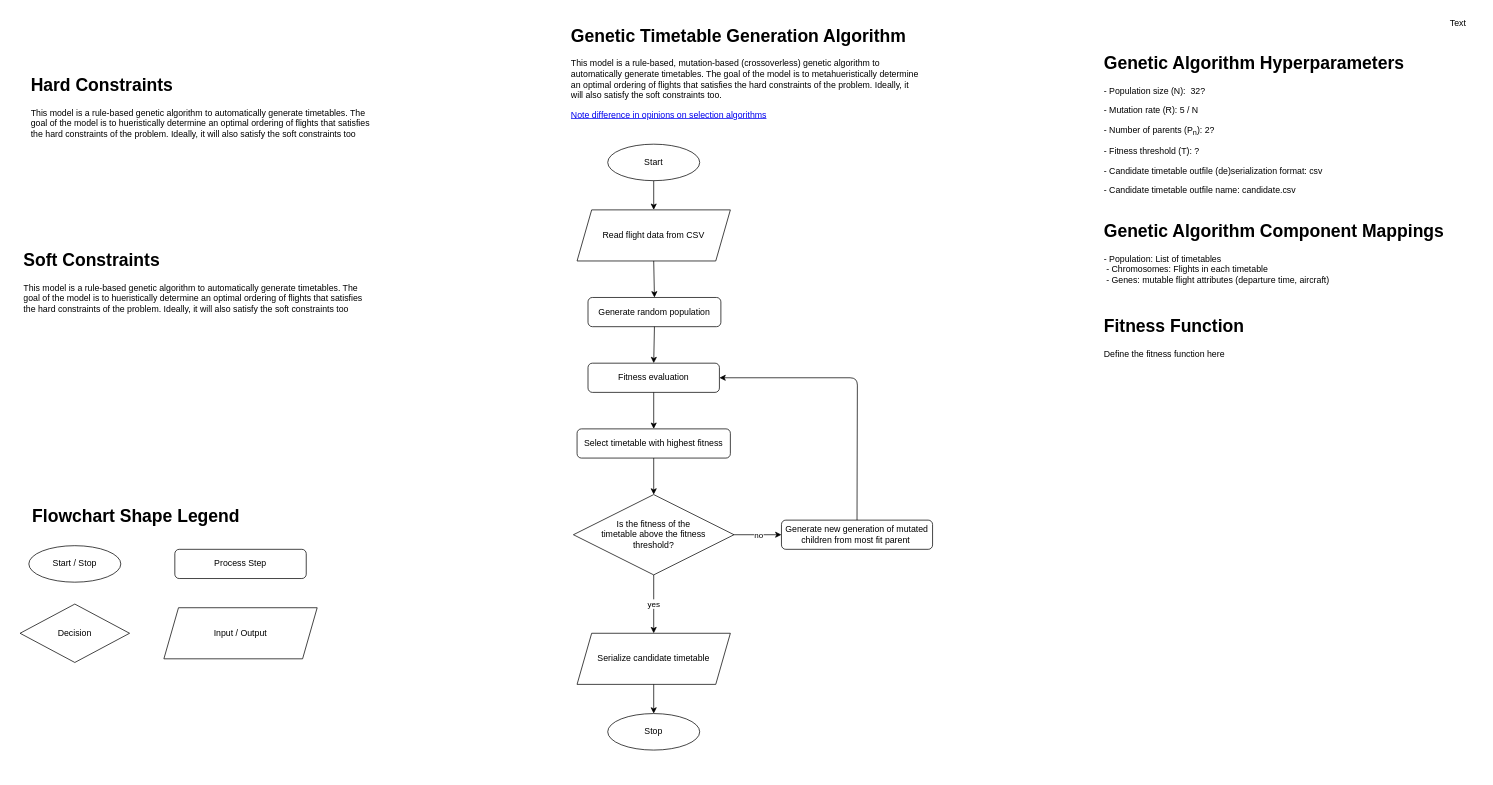
CoreyMLawrence/Comfort-Airlines keeps this draw.io diagram as docs/diagrams/genetic_algorithm.drawio. Above is the earlier version. Source tidied: cells renumbered, new cells numbered last; positions are measured from the earlier drawing's top-left corner, leaving out a move shared by most shapes. Both pictures are drawn from the tidied source at 73%, with x=0, y=0 at pixel (20, 12).
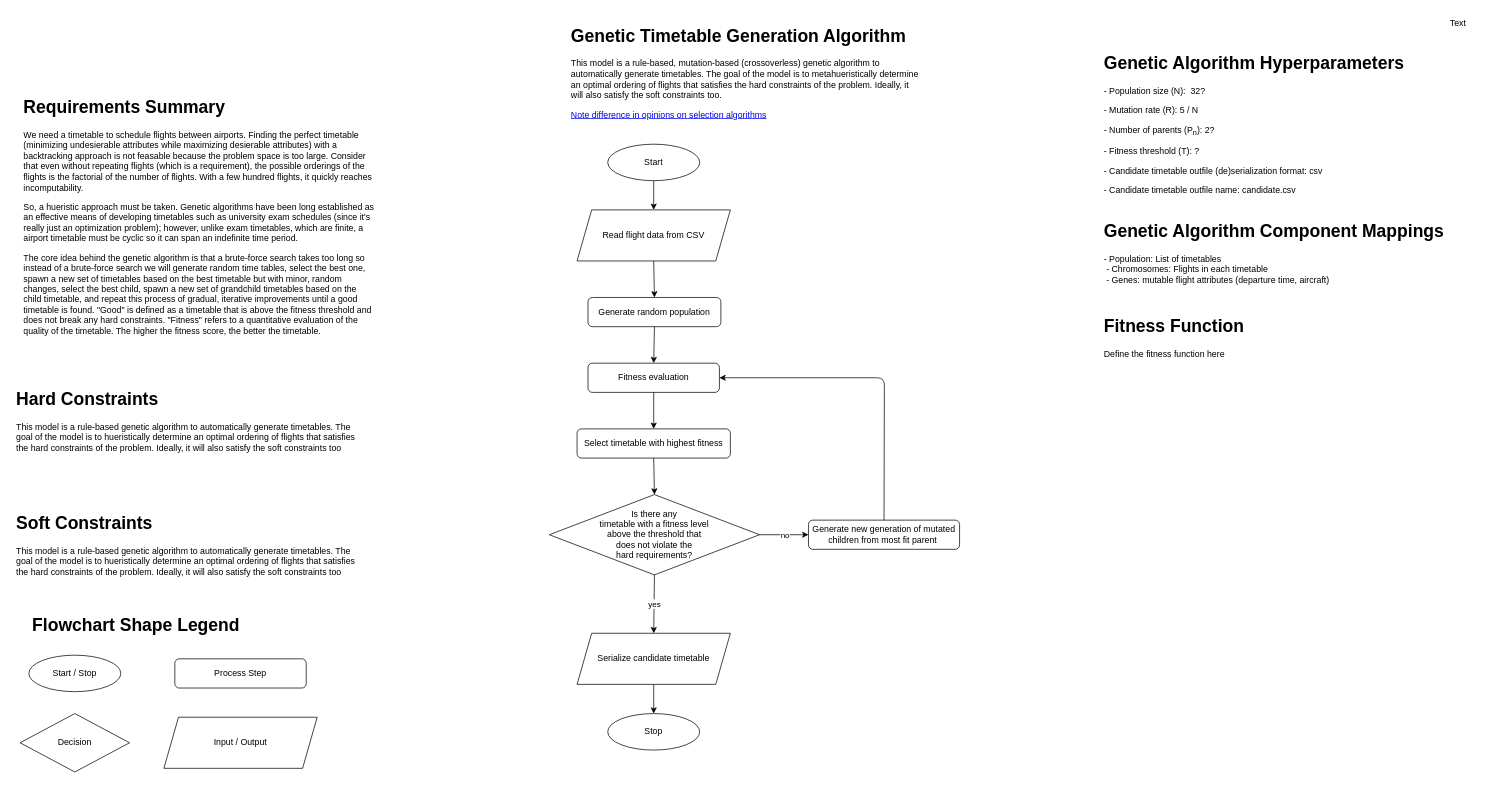
After the change.

Commit message (it also covers changes not shown here):
wrote summary

The change refers to these unchanged cells:
```xml
<mxCell id="10" value="Fitness evaluation" style="rounded=1;whiteSpace=wrap;html=1;" parent="1" vertex="1">
  <mxGeometry x="778" y="480" width="180" height="40" as="geometry" />
</mxCell>
```

Change to the diagram source:
```diff
@@
-    <mxCell id="4" value="&lt;h1&gt;Hard Constraints&lt;/h1&gt;&lt;p&gt;This model is a rule-based genetic algorithm to automatically generate timetables. The goal of the model is to hueristically determine an optimal ordering of flights that satisfies the hard constraints of the problem. Ideally, it will also satisfy the soft constraints too&lt;/p&gt;" style="text;html=1;strokeColor=none;fillColor=none;spacing=5;spacingTop=-20;whiteSpace=wrap;overflow=hidden;rounded=0;" parent="1" vertex="1">
-      <mxGeometry x="10" y="80" width="490" height="100" as="geometry" />
+    <mxCell id="4" value="&lt;h1&gt;Requirements Summary&lt;/h1&gt;&lt;p&gt;We need a timetable to schedule flights between airports. Finding the perfect timetable (minimizing undesierable attributes while maximizing desierable attributes) with a backtracking approach is not feasable because the problem space is too large. Consider that even without repeating flights (which is a requirement), the possible orderings of the flights is the factorial of the number of flights. With a few hundred flights, it quickly reaches incomputability.&amp;nbsp;&lt;/p&gt;&lt;p&gt;So, a hueristic approach must be taken. Genetic algorithms have been long established as an effective means of developing timetables such as university exam schedules (since it's really just an optimization problem); however, u&lt;span style=&quot;background-color: initial;&quot;&gt;nlike exam timetables, which are finite, a airport timetable must be cyclic so it can span an indefinite time period.&lt;/span&gt;&lt;/p&gt;&lt;p&gt;The core idea behind the genetic algorithm is that a brute-force search takes too long so instead of a brute-force search we will generate random time tables, select the best one, spawn a new set of timetables based on the best timetable but with minor, random changes, select the best child, spawn a new set of grandchild timetables based on the child timetable, and repeat this process of gradual, iterative improvements until a good timetable is found. &quot;Good&quot; is defined as a timetable that is above the fitness threshold and does not break any hard constraints. &quot;Fitness&quot; refers to a quantitative evaluation of the quality of the timetable. The higher the fitness score, the better the timetable.&lt;/p&gt;" style="text;html=1;strokeColor=none;fillColor=none;spacing=5;spacingTop=-20;whiteSpace=wrap;overflow=hidden;rounded=0;" parent="1" vertex="1">
+      <mxGeometry y="110" width="490" height="350" as="geometry" />
     </mxCell>
-    <mxCell id="5" value="&lt;h1&gt;Soft Constraints&lt;/h1&gt;&lt;p&gt;This model is a rule-based genetic algorithm to automatically generate timetables. The goal of the model is to hueristically determine an optimal ordering of flights that satisfies the hard constraints of the problem. Ideally, it will also satisfy the soft constraints too&lt;/p&gt;" style="text;html=1;strokeColor=none;fillColor=none;spacing=5;spacingTop=-20;whiteSpace=wrap;overflow=hidden;rounded=0;" parent="1" vertex="1">
-      <mxGeometry y="320" width="490" height="100" as="geometry" />
-    </mxCell>
@@
     <mxCell id="19" value="&lt;h1&gt;Flowchart Shape Legend&lt;/h1&gt;" style="text;html=1;strokeColor=none;fillColor=none;spacing=5;spacingTop=-20;whiteSpace=wrap;overflow=hidden;rounded=0;" parent="1" vertex="1">
-      <mxGeometry x="12" y="670" width="300" height="40" as="geometry" />
+      <mxGeometry x="12" y="820" width="300" height="40" as="geometry" />
     </mxCell>
     <mxCell id="20" value="Start / Stop" style="ellipse;whiteSpace=wrap;html=1;" parent="1" vertex="1">
-      <mxGeometry x="12" y="730" width="126" height="50" as="geometry" />
+      <mxGeometry x="12" y="880" width="126" height="50" as="geometry" />
     </mxCell>
     <mxCell id="21" value="Process Step" style="rounded=1;whiteSpace=wrap;html=1;" parent="1" vertex="1">
-      <mxGeometry x="212" y="735" width="180" height="40" as="geometry" />
+      <mxGeometry x="212" y="885" width="180" height="40" as="geometry" />
     </mxCell>
     <mxCell id="22" value="Decision" style="rhombus;whiteSpace=wrap;html=1;" parent="1" vertex="1">
-      <mxGeometry y="810" width="150" height="80" as="geometry" />
+      <mxGeometry y="960" width="150" height="80" as="geometry" />
     </mxCell>
     <mxCell id="23" value="Input / Output" style="shape=parallelogram;perimeter=parallelogramPerimeter;whiteSpace=wrap;html=1;fixedSize=1;" parent="1" vertex="1">
-      <mxGeometry x="197" y="815" width="210" height="70" as="geometry" />
+      <mxGeometry x="197" y="965" width="210" height="70" as="geometry" />
     </mxCell>
@@
-    <mxCell id="25" value="Is the fitness of the &lt;br&gt;timetable above the fitness&lt;br&gt;threshold?" style="rhombus;whiteSpace=wrap;html=1;" parent="1" vertex="1">
-      <mxGeometry x="758" y="660" width="220" height="110" as="geometry" />
+    <mxCell id="25" value="Is there any &lt;br&gt;timetable with a fitness level&lt;br&gt;above the threshold that &lt;br&gt;does not violate the &lt;br&gt;hard requirements?" style="rhombus;whiteSpace=wrap;html=1;" parent="1" vertex="1">
+      <mxGeometry x="725" y="660" width="288" height="110" as="geometry" />
     </mxCell>
@@
     <mxCell id="27" value="Generate new generation of mutated children from most fit parent&amp;nbsp;" style="rounded=1;whiteSpace=wrap;html=1;" parent="1" vertex="1">
-      <mxGeometry x="1043" y="695" width="207" height="40" as="geometry" />
+      <mxGeometry x="1080" y="695" width="207" height="40" as="geometry" />
     </mxCell>
     <mxCell id="28" style="endArrow=classic;html=1;exitX=0.5;exitY=0;exitDx=0;exitDy=0;entryX=1;entryY=0.5;entryDx=0;entryDy=0;" parent="1" edge="1" source="27" target="10">
       <mxGeometry relative="1" as="geometry">
         <Array as="points">
-          <mxPoint x="1147" y="500" />
+          <mxPoint x="1184" y="500" />
         </Array>
       </mxGeometry>
     </mxCell>
@@
+    <mxCell id="5" value="&lt;h1&gt;Soft Constraints&lt;/h1&gt;&lt;p&gt;This model is a rule-based genetic algorithm to automatically generate timetables. The goal of the model is to hueristically determine an optimal ordering of flights that satisfies the hard constraints of the problem. Ideally, it will also satisfy the soft constraints too&lt;/p&gt;" style="text;html=1;strokeColor=none;fillColor=none;spacing=5;spacingTop=-20;whiteSpace=wrap;overflow=hidden;rounded=0;" parent="1" vertex="1">
+      <mxGeometry x="-10" y="680" width="490" height="100" as="geometry" />
+    </mxCell>
+    <mxCell id="33" value="&lt;h1&gt;Hard Constraints&lt;/h1&gt;&lt;p&gt;This model is a rule-based genetic algorithm to automatically generate timetables. The goal of the model is to hueristically determine an optimal ordering of flights that satisfies the hard constraints of the problem. Ideally, it will also satisfy the soft constraints too&lt;/p&gt;" style="text;html=1;strokeColor=none;fillColor=none;spacing=5;spacingTop=-20;whiteSpace=wrap;overflow=hidden;rounded=0;" parent="1" vertex="1">
+      <mxGeometry x="-10" y="510" width="490" height="100" as="geometry" />
+    </mxCell>
```
